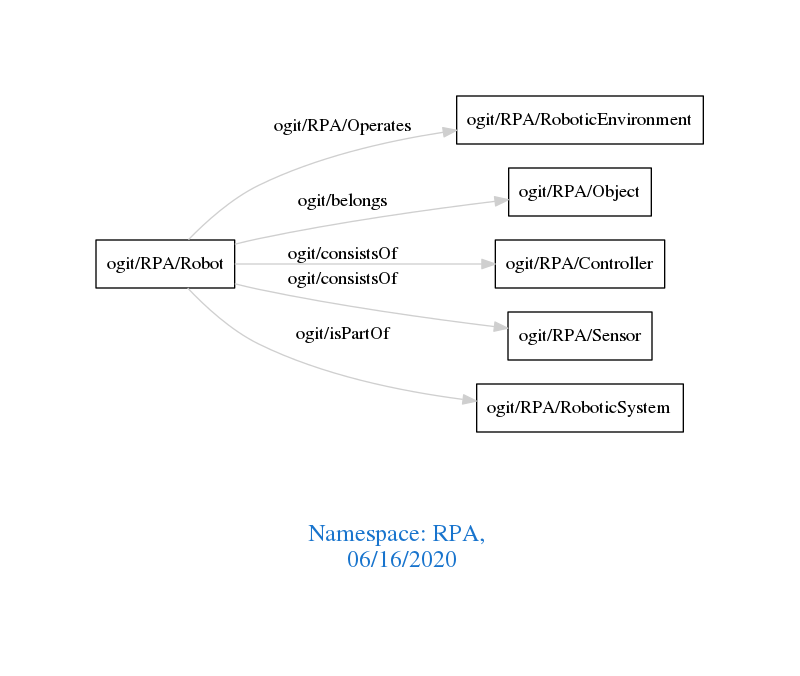
This is downloads/RPA.png from arago/OGIT, a Graphviz export, as it was before one commit. Its source is kept beside it as downloads/RPA.dot.
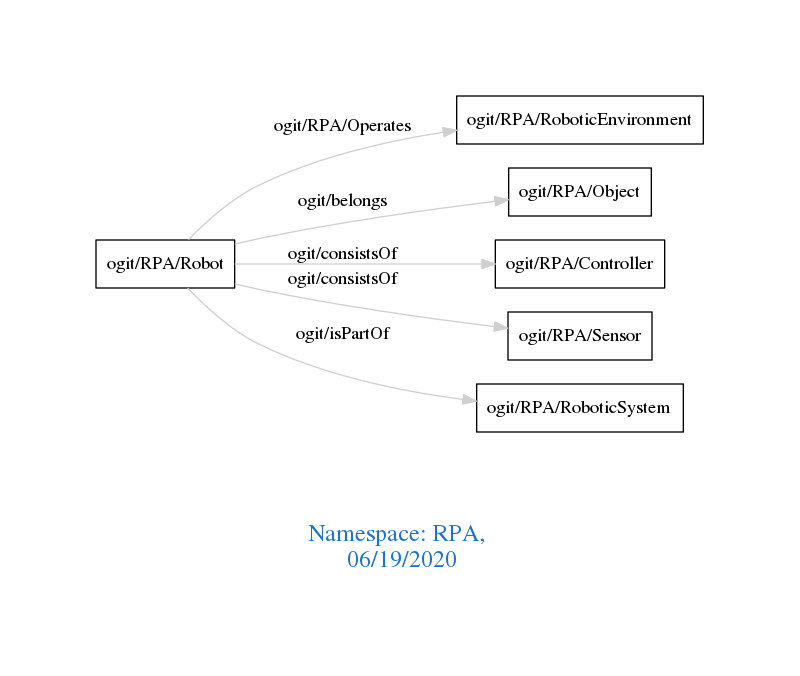
After the change.

Diff of the diagram source:
```diff
@@ -1,7 +1,7 @@
 digraph OGIT_ontology {
  graph [ rankdir= LR,pad=1
 fontsize = 18,
-fontcolor= dodgerblue3,label = "\n\n\nNamespace: RPA, \n 06/16/2020"];
+fontcolor= dodgerblue3,label = "\n\n\nNamespace: RPA, \n 06/19/2020"];
 node[shape=polygon];
 edge [  color="gray81"];
 
```
